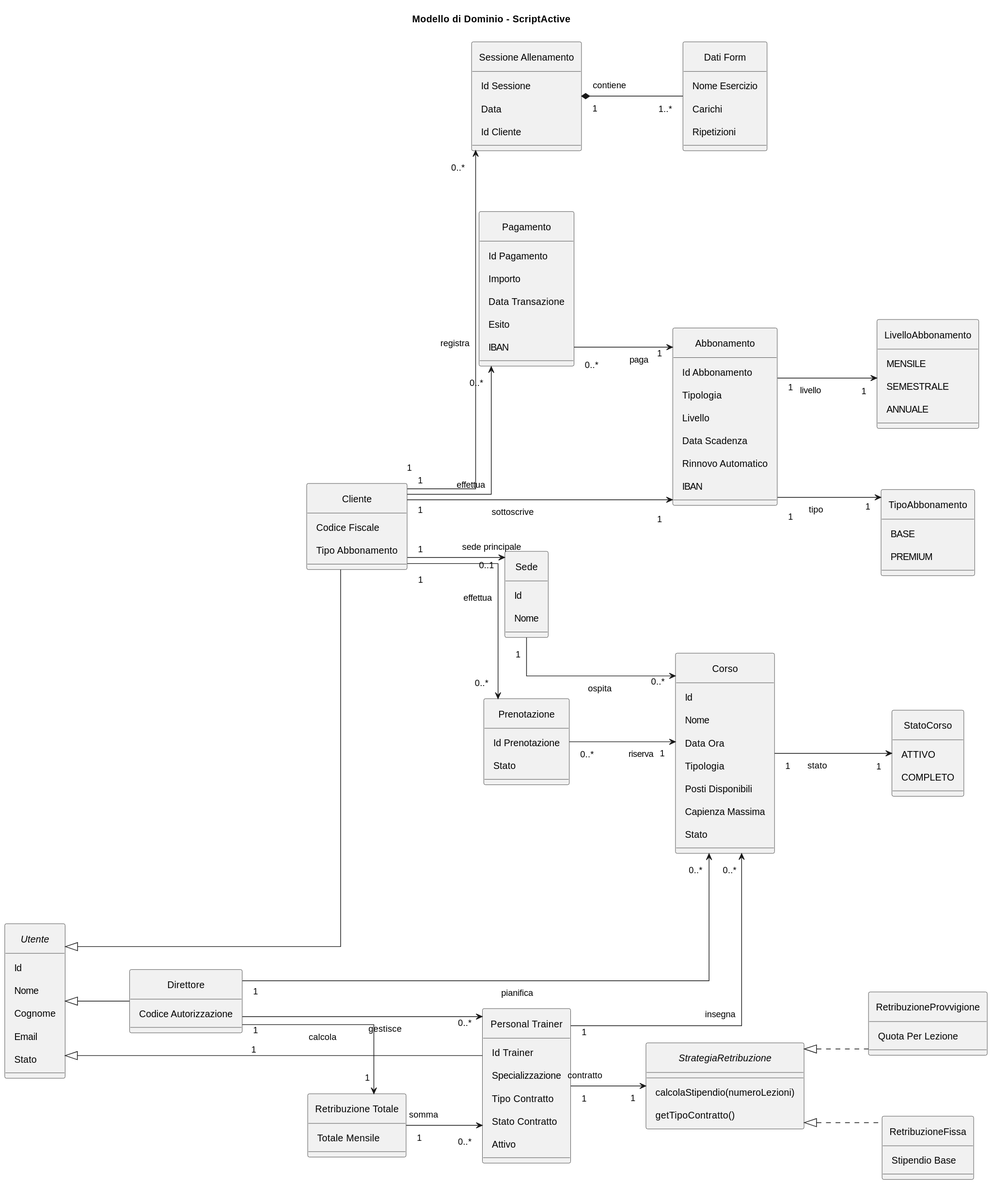
Earlier version of the PlantUML export ScriptActive/Documenti/06. Modello di Dominio/Modello di Dominio.svg (svilu999/Progetto-ScriptActive). The source it was exported from:
```plantuml
@startuml
title Modello di Dominio - ScriptActive

left to right direction

skinparam classAttributeIconSize 0
skinparam shadowing false
skinparam linetype ortho
skinparam nodesep 90
skinparam ranksep 95
skinparam padding 8
hide circle

abstract class Utente {
  Id
  Nome
  Cognome
  Email
  Stato
}

class Cliente {
  Codice Fiscale
  Tipo Abbonamento
}

class "Personal Trainer" as PersonalTrainer {
  Id Trainer
  Specializzazione
  Tipo Contratto
  Stato Contratto
  Attivo
}

class Direttore {
  Codice Autorizzazione
}

class Abbonamento {
  Id Abbonamento
  Tipologia
  Livello
  Data Scadenza
  Rinnovo Automatico
  IBAN
}

class Pagamento {
  Id Pagamento
  Importo
  Data Transazione
  Esito
  IBAN
}

class Prenotazione {
  Id Prenotazione
  Stato
}

class Corso {
  Id
  Nome
  Data Ora
  Tipologia
  Posti Disponibili
  Capienza Massima
  Stato
}

class Sede {
  Id
  Nome
}

class "Sessione Allenamento" as SessioneAllenamento {
  Id Sessione
  Data
  Id Cliente
}

class "Dati Form" as DatiFormPojo {
  Nome Esercizio
  Carichi
  Ripetizioni
}

class "Retribuzione Totale" as RetribuzioneTotale {
  Totale Mensile
}

enum TipoAbbonamento {
  BASE
  PREMIUM
}

enum LivelloAbbonamento {
  MENSILE
  SEMESTRALE
  ANNUALE
}

enum StatoCorso {
  ATTIVO
  COMPLETO
}

interface StrategiaRetribuzione {
  calcolaStipendio(numeroLezioni)
  getTipoContratto()
}

class RetribuzioneFissa {
  Stipendio Base
}

class RetribuzioneProvvigione {
  Quota Per Lezione
}

Utente <|-- Cliente
Utente <|-- PersonalTrainer
Utente <|-- Direttore

StrategiaRetribuzione <|.. RetribuzioneFissa
StrategiaRetribuzione <|.. RetribuzioneProvvigione

Cliente "1" --> "1" Abbonamento : sottoscrive
Cliente "1" --> "0..*" Prenotazione : effettua
Cliente "1" --> "0..*" SessioneAllenamento : registra
Cliente "1" --> "0..*" Pagamento : effettua
Cliente "1" --> "0..1" Sede : sede principale

Abbonamento "1" --> "1" TipoAbbonamento : tipo
Abbonamento "1" --> "1" LivelloAbbonamento : livello
Pagamento "0..*" --> "1" Abbonamento : paga

Prenotazione "0..*" --> "1" Corso : riserva
Corso "1" --> "1" StatoCorso : stato

PersonalTrainer "1" --> "0..*" Corso : insegna
PersonalTrainer "1" --> "1" StrategiaRetribuzione : contratto

Direttore "1" --> "0..*" PersonalTrainer : gestisce
Direttore "1" --> "0..*" Corso : pianifica
Direttore "1" --> "1" RetribuzioneTotale : calcola
RetribuzioneTotale "1" --> "0..*" PersonalTrainer : somma

Sede "1" --> "0..*" Corso : ospita

SessioneAllenamento "1" *-- "1..*" DatiFormPojo : contiene
@enduml
```
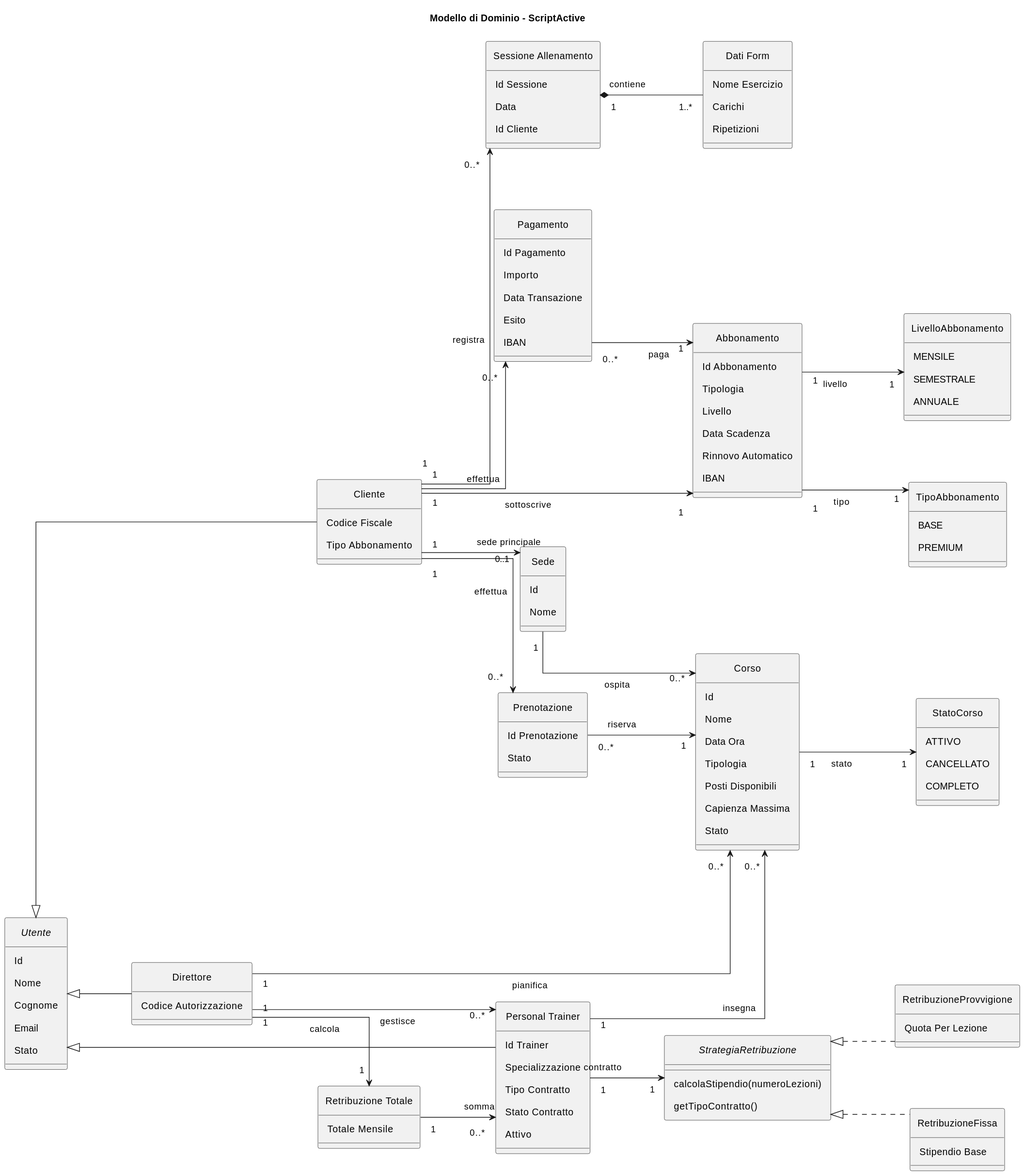
After the change.

Diff of the diagram source:
```diff
@@ -102,6 +102,7 @@
 
 enum StatoCorso {
   ATTIVO
+  CANCELLATO
   COMPLETO
 }
 
```
